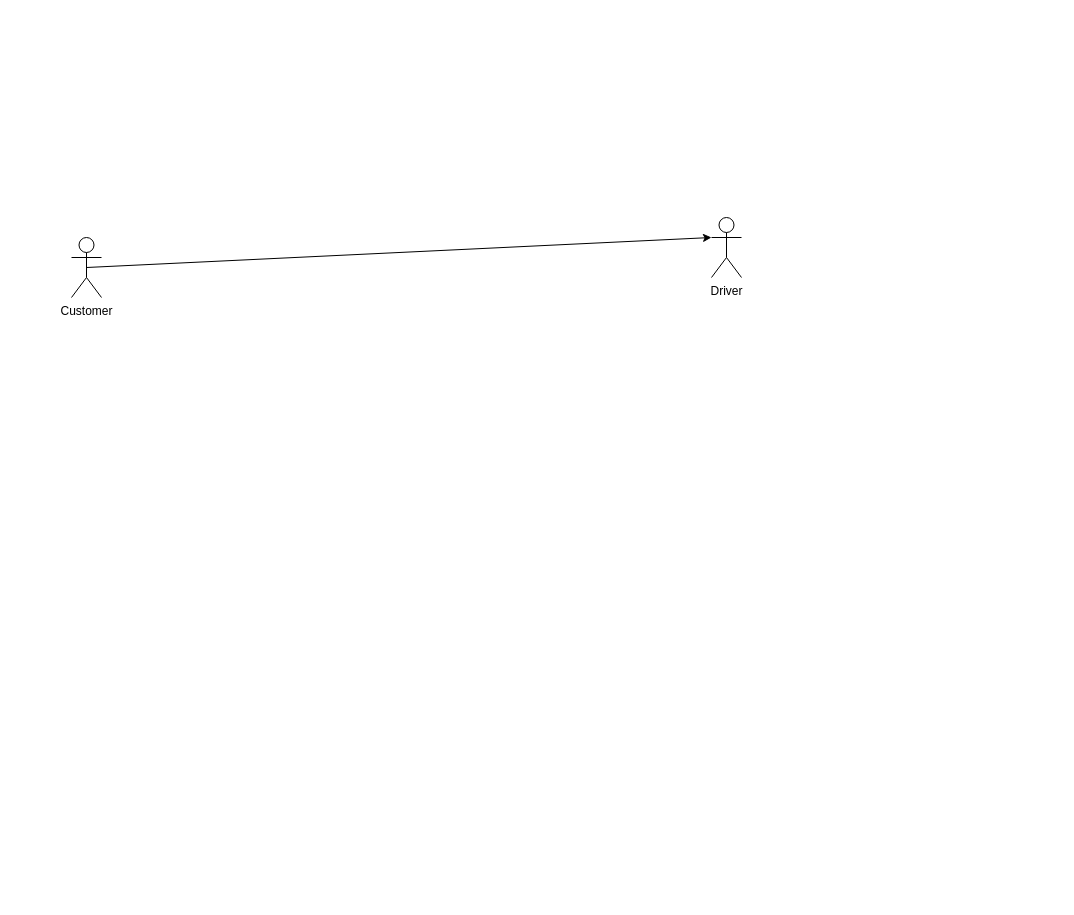
The draw.io diagram materials/use_case_diagram.drawio in skyler544/SWARC-Arc42, before the edit. Source tidied: cells renumbered, new cells numbered last; positions are measured from the earlier drawing's top-left corner, leaving out a move shared by most shapes. Both pictures are drawn from the tidied source at 100%, with x=0, y=0 at pixel (71, 217).
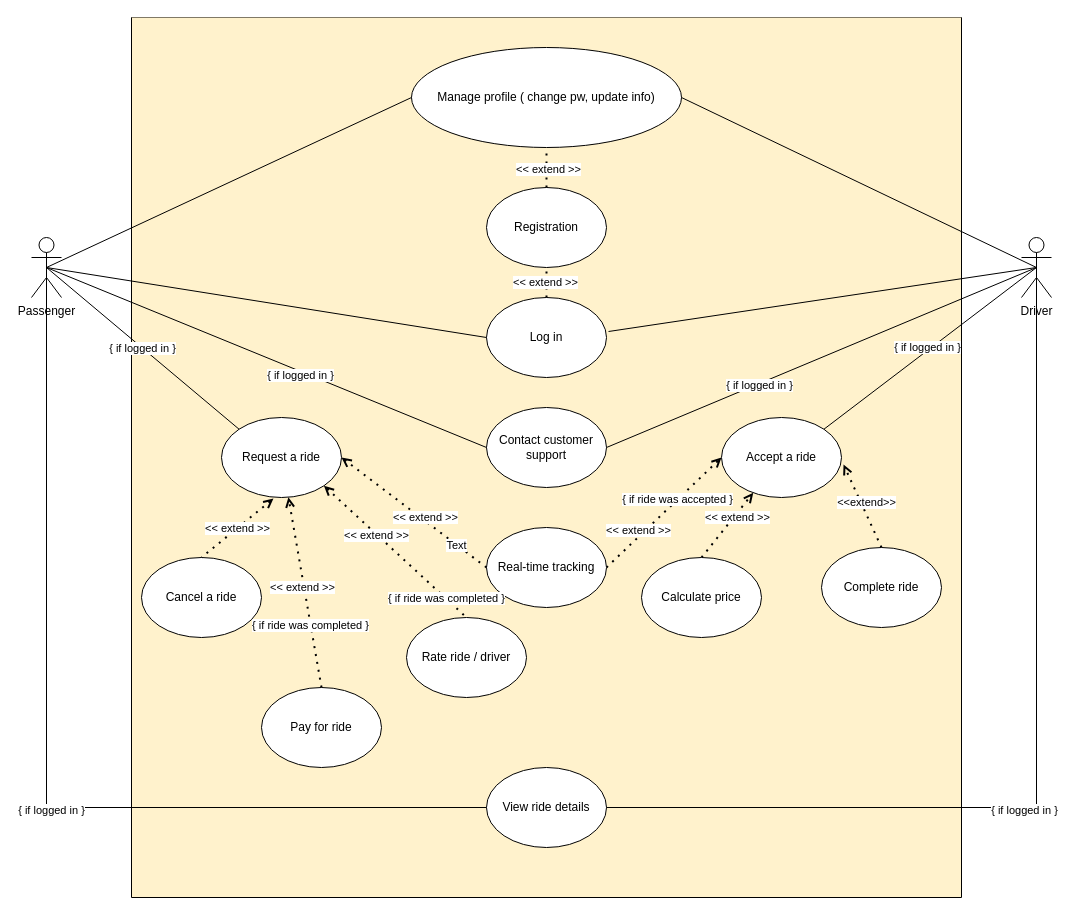
The same page after the edit.

The edit, as a diff of the source:
```diff
@@
-    <mxCell id="2" style="edgeStyle=none;html=1;exitX=0.5;exitY=0.5;exitDx=0;exitDy=0;exitPerimeter=0;entryX=0;entryY=0.3333333333333333;entryDx=0;entryDy=0;entryPerimeter=0;" parent="1" edge="1" source="3" target="4">
-      <mxGeometry relative="1" as="geometry" />
-    </mxCell>
-    <mxCell id="3" value="Customer" style="shape=umlActor;verticalLabelPosition=bottom;verticalAlign=top;html=1;outlineConnect=0;" parent="1" vertex="1">
-      <mxGeometry y="20" width="30" height="60" as="geometry" />
+    <mxCell id="3" value="Passenger" style="shape=umlActor;verticalLabelPosition=bottom;verticalAlign=top;html=1;outlineConnect=0;" parent="1" vertex="1">
+      <mxGeometry x="-40" y="20" width="30" height="60" as="geometry" />
     </mxCell>
     <mxCell id="4" value="&lt;div&gt;Driver&lt;/div&gt;" style="shape=umlActor;verticalLabelPosition=bottom;verticalAlign=top;html=1;outlineConnect=0;" parent="1" vertex="1">
-      <mxGeometry x="640" width="30" height="60" as="geometry" />
+      <mxGeometry x="950" y="20" width="30" height="60" as="geometry" />
     </mxCell>
+    <mxCell id="5" style="swimlane;startSize=0;rounded=0;shadow=0;glass=0;swimlaneLine=1;gradientColor=none;fillColor=#F8CECC;fillStyle=auto;swimlaneFillColor=#FFF2CC;" parent="1" vertex="1">
+      <mxGeometry x="60" y="-200" width="830" height="880" as="geometry" />
+    </mxCell>
+    <mxCell id="6" value="Complete ride" style="ellipse;whiteSpace=wrap;html=1;" parent="5" vertex="1">
+      <mxGeometry x="690" y="530" width="120" height="80" as="geometry" />
+    </mxCell>
+    <mxCell id="7" value="Contact customer support" style="ellipse;whiteSpace=wrap;html=1;" parent="5" vertex="1">
+      <mxGeometry x="355" y="390" width="120" height="80" as="geometry" />
+    </mxCell>
+    <mxCell id="8" value="View ride details" style="ellipse;whiteSpace=wrap;html=1;" parent="5" vertex="1">
+      <mxGeometry x="355" y="750" width="120" height="80" as="geometry" />
+    </mxCell>
+    <mxCell id="9" style="edgeStyle=none;shape=connector;rounded=0;jettySize=auto;html=1;exitX=1;exitY=0.5;exitDx=0;exitDy=0;entryX=0;entryY=0.5;entryDx=0;entryDy=0;dashed=1;dashPattern=1 3;labelBackgroundColor=default;strokeColor=default;strokeWidth=2;align=center;verticalAlign=middle;fontFamily=Helvetica;fontSize=11;fontColor=default;startArrow=none;startFill=0;endArrow=open;endFill=0;" parent="5" edge="1" source="12" target="13">
+      <mxGeometry relative="1" as="geometry" />
+    </mxCell>
+    <mxCell id="10" value="&amp;lt;&amp;lt; extend &amp;gt;&amp;gt;" style="edgeLabel;html=1;align=center;verticalAlign=middle;fontSize=11;fontFamily=Helvetica;fontColor=default;" parent="9" vertex="1">
+      <mxGeometry x="-0.38" y="5" relative="1" as="geometry" />
+    </mxCell>
+    <mxCell id="11" value="{ if ride was accepted }" style="edgeLabel;html=1;align=center;verticalAlign=middle;fontSize=11;fontFamily=Helvetica;fontColor=default;" parent="9" vertex="1">
+      <mxGeometry x="0.22" relative="1" as="geometry">
+        <mxPoint y="-1" as="offset" />
+      </mxGeometry>
+    </mxCell>
+    <mxCell id="12" value="Real-time tracking" style="ellipse;whiteSpace=wrap;html=1;" parent="5" vertex="1">
+      <mxGeometry x="355" y="510" width="120" height="80" as="geometry" />
+    </mxCell>
+    <mxCell id="13" value="Accept a ride" style="ellipse;whiteSpace=wrap;html=1;" parent="5" vertex="1">
+      <mxGeometry x="590" y="400" width="120" height="80" as="geometry" />
+    </mxCell>
+    <mxCell id="14" style="endArrow=open;dashed=1;html=1;dashPattern=1 3;strokeWidth=2;rounded=0;entryX=1.017;entryY=0.588;entryDx=0;entryDy=0;exitX=0.5;exitY=0;exitDx=0;exitDy=0;entryPerimeter=0;startArrow=none;startFill=0;endFill=0;" parent="5" edge="1" source="6" target="13">
+      <mxGeometry relative="1" as="geometry" />
+    </mxCell>
+    <mxCell id="15" value="&lt;div&gt;&amp;lt;&amp;lt;extend&amp;gt;&amp;gt;&lt;/div&gt;" style="edgeLabel;html=1;align=center;verticalAlign=middle;fontSize=11;fontFamily=Helvetica;fontColor=default;" parent="14" vertex="1">
+      <mxGeometry x="0.05" y="-5" relative="1" as="geometry" />
+    </mxCell>
+    <mxCell id="16" value="Pay for ride" style="ellipse;whiteSpace=wrap;html=1;" parent="5" vertex="1">
+      <mxGeometry x="130" y="670" width="120" height="80" as="geometry" />
+    </mxCell>
+    <mxCell id="17" style="edgeStyle=none;shape=connector;rounded=0;jettySize=auto;html=1;exitX=0.5;exitY=0;exitDx=0;exitDy=0;dashed=1;dashPattern=1 3;labelBackgroundColor=default;strokeColor=default;strokeWidth=2;align=center;verticalAlign=middle;fontFamily=Helvetica;fontSize=11;fontColor=default;startArrow=none;startFill=0;endArrow=open;endFill=0;" parent="5" edge="1" source="19" target="13">
+      <mxGeometry relative="1" as="geometry" />
+    </mxCell>
+    <mxCell id="18" value="&amp;lt;&amp;lt; extend &amp;gt;&amp;gt;" style="edgeLabel;html=1;align=center;verticalAlign=middle;fontSize=11;fontFamily=Helvetica;fontColor=default;" parent="17" vertex="1">
+      <mxGeometry x="0.3" y="-2" relative="1" as="geometry" />
+    </mxCell>
+    <mxCell id="19" value="&lt;div&gt;Calculate price&lt;/div&gt;" style="ellipse;whiteSpace=wrap;html=1;" parent="5" vertex="1">
+      <mxGeometry x="510" y="540" width="120" height="80" as="geometry" />
+    </mxCell>
+    <mxCell id="20" value="Manage profile ( change pw, update info)" style="ellipse;whiteSpace=wrap;html=1;" parent="5" vertex="1">
+      <mxGeometry x="280" y="30" width="270" height="100" as="geometry" />
+    </mxCell>
+    <mxCell id="21" value="Registration" style="ellipse;whiteSpace=wrap;html=1;" parent="5" vertex="1">
+      <mxGeometry x="355" y="170" width="120" height="80" as="geometry" />
+    </mxCell>
+    <mxCell id="22" style="endArrow=none;dashed=1;html=1;dashPattern=1 3;strokeWidth=2;rounded=0;exitX=0.5;exitY=0;exitDx=0;exitDy=0;entryX=0.5;entryY=1;entryDx=0;entryDy=0;" parent="5" edge="1" source="21" target="20">
+      <mxGeometry relative="1" as="geometry" />
+    </mxCell>
+    <mxCell id="23" value="&amp;lt;&amp;lt; extend &amp;gt;&amp;gt;" style="edgeLabel;html=1;align=center;verticalAlign=middle;fontSize=11;fontFamily=Helvetica;fontColor=default;" parent="22" vertex="1">
+      <mxGeometry x="-0.05" y="-1" relative="1" as="geometry" />
+    </mxCell>
+    <mxCell id="24" value="Log in" style="ellipse;whiteSpace=wrap;html=1;" parent="5" vertex="1">
+      <mxGeometry x="355" y="280" width="120" height="80" as="geometry" />
+    </mxCell>
+    <mxCell id="25" style="endArrow=none;dashed=1;html=1;dashPattern=1 3;strokeWidth=2;rounded=0;exitX=0.5;exitY=0;exitDx=0;exitDy=0;entryX=0.5;entryY=1;entryDx=0;entryDy=0;" parent="5" edge="1" source="24" target="21">
+      <mxGeometry relative="1" as="geometry" />
+    </mxCell>
+    <mxCell id="26" value="&amp;lt;&amp;lt; extend &amp;gt;&amp;gt;" style="edgeLabel;html=1;align=center;verticalAlign=middle;fontSize=11;fontFamily=Helvetica;fontColor=default;" parent="25" vertex="1">
+      <mxGeometry x="0.04" y="2" relative="1" as="geometry" />
+    </mxCell>
+    <mxCell id="27" value="Request a ride" style="ellipse;whiteSpace=wrap;html=1;" parent="5" vertex="1">
+      <mxGeometry x="90" y="400" width="120" height="80" as="geometry" />
+    </mxCell>
+    <mxCell id="28" style="edgeStyle=none;shape=connector;rounded=0;jettySize=auto;html=1;exitX=0;exitY=0.5;exitDx=0;exitDy=0;dashed=1;dashPattern=1 3;labelBackgroundColor=default;strokeColor=default;strokeWidth=2;align=center;verticalAlign=middle;fontFamily=Helvetica;fontSize=11;fontColor=default;startArrow=none;startFill=0;endArrow=open;endFill=0;entryX=1;entryY=0.5;entryDx=0;entryDy=0;" parent="5" edge="1" source="12" target="27">
+      <mxGeometry relative="1" as="geometry" />
+    </mxCell>
+    <mxCell id="29" value="&amp;lt;&amp;lt; extend &amp;gt;&amp;gt;" style="edgeLabel;html=1;align=center;verticalAlign=middle;fontSize=11;fontFamily=Helvetica;fontColor=default;" parent="28" vertex="1">
+      <mxGeometry x="-0.13" y="-3" relative="1" as="geometry" />
+    </mxCell>
+    <mxCell id="30" value="Text" style="edgeLabel;html=1;align=center;verticalAlign=middle;fontSize=11;fontFamily=Helvetica;fontColor=default;" parent="28" vertex="1">
+      <mxGeometry x="-0.58" y="1" relative="1" as="geometry" />
+    </mxCell>
+    <mxCell id="31" style="edgeStyle=none;shape=connector;rounded=0;jettySize=auto;html=1;exitX=0.5;exitY=0;exitDx=0;exitDy=0;dashed=1;dashPattern=1 3;labelBackgroundColor=default;strokeColor=default;strokeWidth=2;align=center;verticalAlign=middle;fontFamily=Helvetica;fontSize=11;fontColor=default;startArrow=none;startFill=0;endArrow=open;endFill=0;" parent="5" edge="1" source="16" target="27">
+      <mxGeometry relative="1" as="geometry" />
+    </mxCell>
+    <mxCell id="32" value="&amp;lt;&amp;lt; extend &amp;gt;&amp;gt;" style="edgeLabel;html=1;align=center;verticalAlign=middle;fontSize=11;fontFamily=Helvetica;fontColor=default;" parent="31" vertex="1">
+      <mxGeometry x="0.06" y="2" relative="1" as="geometry" />
+    </mxCell>
+    <mxCell id="33" value="&lt;div&gt;{ if ride was completed }&lt;br&gt;&lt;/div&gt;" style="edgeLabel;html=1;align=center;verticalAlign=middle;fontSize=11;fontFamily=Helvetica;fontColor=default;" parent="31" vertex="1">
+      <mxGeometry x="-0.34" y="1" relative="1" as="geometry" />
+    </mxCell>
+    <mxCell id="34" value="Cancel a ride" style="ellipse;whiteSpace=wrap;html=1;" parent="5" vertex="1">
+      <mxGeometry x="10" y="540" width="120" height="80" as="geometry" />
+    </mxCell>
+    <mxCell id="35" value="&amp;lt;&amp;lt; extend &amp;gt;&amp;gt;" style="endArrow=none;dashed=1;html=1;dashPattern=1 3;strokeWidth=2;rounded=0;exitX=0.433;exitY=1.013;exitDx=0;exitDy=0;exitPerimeter=0;entryX=0.5;entryY=0;entryDx=0;entryDy=0;endFill=0;startArrow=open;startFill=0;" parent="5" edge="1" source="27" target="34">
+      <mxGeometry relative="1" as="geometry" />
+    </mxCell>
+    <mxCell id="36" value="Rate ride / driver" style="ellipse;whiteSpace=wrap;html=1;" parent="5" vertex="1">
+      <mxGeometry x="275" y="600" width="120" height="80" as="geometry" />
+    </mxCell>
+    <mxCell id="37" style="endArrow=none;dashed=1;html=1;dashPattern=1 3;strokeWidth=2;rounded=0;exitX=1;exitY=1;exitDx=0;exitDy=0;entryX=0.5;entryY=0;entryDx=0;entryDy=0;endFill=0;startArrow=open;startFill=0;" parent="5" edge="1" source="27" target="36">
+      <mxGeometry relative="1" as="geometry" />
+    </mxCell>
+    <mxCell id="38" value="&lt;div&gt;{ if ride was completed }&lt;br&gt;&lt;/div&gt;" style="edgeLabel;html=1;align=center;verticalAlign=middle;fontSize=11;fontFamily=Helvetica;fontColor=default;" parent="37" vertex="1">
+      <mxGeometry x="0.71" y="1" relative="1" as="geometry">
+        <mxPoint x="-1" as="offset" />
+      </mxGeometry>
+    </mxCell>
+    <mxCell id="39" value="&amp;lt;&amp;lt; extend &amp;gt;&amp;gt;" style="edgeLabel;html=1;align=center;verticalAlign=middle;fontSize=11;fontFamily=Helvetica;fontColor=default;" parent="37" vertex="1">
+      <mxGeometry x="-0.26" y="-1" relative="1" as="geometry" />
+    </mxCell>
+    <mxCell id="40" style="endArrow=none;html=1;rounded=0;exitX=1;exitY=0.5;exitDx=0;exitDy=0;entryX=0.5;entryY=0.5;entryDx=0;entryDy=0;entryPerimeter=0;" parent="1" edge="1" source="20" target="4">
+      <mxGeometry relative="1" as="geometry" />
+    </mxCell>
+    <mxCell id="41" style="endArrow=none;html=1;rounded=0;entryX=0;entryY=0.5;entryDx=0;entryDy=0;exitX=0.5;exitY=0.5;exitDx=0;exitDy=0;exitPerimeter=0;" parent="1" edge="1" source="3" target="20">
+      <mxGeometry relative="1" as="geometry" />
+    </mxCell>
+    <mxCell id="42" style="endArrow=none;html=1;rounded=0;entryX=1.017;entryY=0.425;entryDx=0;entryDy=0;entryPerimeter=0;exitX=0.5;exitY=0.5;exitDx=0;exitDy=0;exitPerimeter=0;" parent="1" edge="1" source="4" target="24">
+      <mxGeometry relative="1" as="geometry" />
+    </mxCell>
+    <mxCell id="43" style="endArrow=none;html=1;rounded=0;entryX=0;entryY=0.5;entryDx=0;entryDy=0;exitX=0.5;exitY=0.5;exitDx=0;exitDy=0;exitPerimeter=0;" parent="1" edge="1" source="3" target="24">
+      <mxGeometry relative="1" as="geometry" />
+    </mxCell>
+    <mxCell id="44" value="{ if logged in }" style="rounded=0;jettySize=auto;html=1;exitX=0;exitY=0;exitDx=0;exitDy=0;endArrow=none;endFill=0;entryX=0.5;entryY=0.5;entryDx=0;entryDy=0;entryPerimeter=0;" parent="1" edge="1" source="27" target="3">
+      <mxGeometry relative="1" as="geometry" />
+    </mxCell>
+    <mxCell id="45" style="rounded=0;jettySize=auto;html=1;exitX=1;exitY=0;exitDx=0;exitDy=0;endArrow=none;endFill=0;entryX=0.5;entryY=0.5;entryDx=0;entryDy=0;entryPerimeter=0;" parent="1" edge="1" source="13" target="4">
+      <mxGeometry relative="1" as="geometry" />
+    </mxCell>
+    <mxCell id="46" value="{ if logged in }" style="edgeLabel;html=1;align=center;verticalAlign=middle;" parent="45" vertex="1">
+      <mxGeometry x="-0.01" y="3" relative="1" as="geometry" />
+    </mxCell>
+    <mxCell id="47" style="rounded=0;jettySize=auto;html=1;exitX=0;exitY=0.5;exitDx=0;exitDy=0;endArrow=none;endFill=0;entryX=0.5;entryY=0.5;entryDx=0;entryDy=0;entryPerimeter=0;" parent="1" edge="1" source="7" target="3">
+      <mxGeometry relative="1" as="geometry" />
+    </mxCell>
+    <mxCell id="48" value="{ if logged in }" style="edgeLabel;html=1;align=center;verticalAlign=middle;" parent="47" vertex="1">
+      <mxGeometry x="-0.16" y="3" relative="1" as="geometry" />
+    </mxCell>
+    <mxCell id="49" style="rounded=0;jettySize=auto;html=1;exitX=1;exitY=0.5;exitDx=0;exitDy=0;endArrow=none;endFill=0;entryX=0.5;entryY=0.5;entryDx=0;entryDy=0;entryPerimeter=0;" parent="1" edge="1" source="7" target="4">
+      <mxGeometry relative="1" as="geometry" />
+    </mxCell>
+    <mxCell id="50" value="{ if logged in }" style="edgeLabel;html=1;align=center;verticalAlign=middle;" parent="49" vertex="1">
+      <mxGeometry x="-0.29" y="-1" relative="1" as="geometry" />
+    </mxCell>
+    <mxCell id="51" style="edgeStyle=orthogonalEdgeStyle;rounded=0;jettySize=auto;html=1;exitX=1;exitY=0.5;exitDx=0;exitDy=0;endArrow=none;endFill=0;entryX=0.5;entryY=0.5;entryDx=0;entryDy=0;entryPerimeter=0;" parent="1" edge="1" source="8" target="4">
+      <mxGeometry relative="1" as="geometry" />
+    </mxCell>
+    <mxCell id="52" value="{ if logged in }" style="edgeLabel;html=1;align=center;verticalAlign=middle;" parent="51" vertex="1">
+      <mxGeometry x="-0.14" y="-2" relative="1" as="geometry" />
+    </mxCell>
+    <mxCell id="53" style="rounded=0;jettySize=auto;html=1;exitX=0;exitY=0.5;exitDx=0;exitDy=0;endArrow=none;endFill=0;entryX=0.5;entryY=0.5;entryDx=0;entryDy=0;entryPerimeter=0;edgeStyle=orthogonalEdgeStyle;" parent="1" edge="1" source="8" target="3">
+      <mxGeometry relative="1" as="geometry" />
+    </mxCell>
+    <mxCell id="54" value="{ if logged in }" style="edgeLabel;html=1;align=center;verticalAlign=middle;" parent="53" vertex="1">
+      <mxGeometry x="-0.11" y="2" relative="1" as="geometry" />
+    </mxCell>
```
